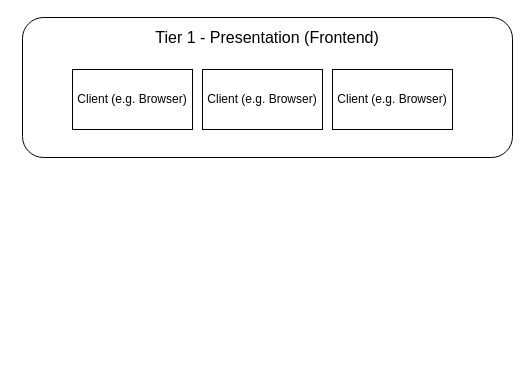
HVossi92/Drawings keeps this draw.io diagram as Three-Tier-Architecture.drawio. Above is the earlier version. Source tidied: cells renumbered, new cells numbered last; positions are measured from the earlier drawing's top-left corner, leaving out a move shared by most shapes. Both pictures are drawn from the tidied source at 100%, with x=0, y=0 at pixel (22, 17).
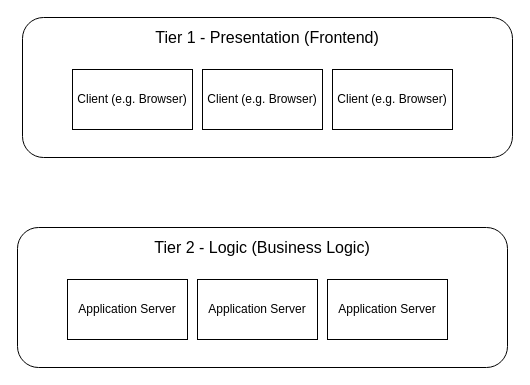
The same diagram, later.

The edit, as a diff of the source:
```diff
@@
 <mxGraphModel>
   <root>
     <mxCell id="0" />
     <mxCell id="1" parent="0" />
     <mxCell id="2" style="rounded=1;whiteSpace=wrap;html=1;" parent="1" vertex="1">
       <mxGeometry width="490" height="140" as="geometry" />
     </mxCell>
     <mxCell id="3" value="Client (e.g. Browser)" style="rounded=0;whiteSpace=wrap;html=1;" parent="1" vertex="1">
       <mxGeometry x="50" y="52" width="120" height="60" as="geometry" />
     </mxCell>
     <mxCell id="4" value="Client (e.g. Browser)" style="rounded=0;whiteSpace=wrap;html=1;" parent="1" vertex="1">
       <mxGeometry x="180" y="52" width="120" height="60" as="geometry" />
     </mxCell>
     <mxCell id="5" value="Client (e.g. Browser)" style="rounded=0;whiteSpace=wrap;html=1;" parent="1" vertex="1">
       <mxGeometry x="310" y="52" width="120" height="60" as="geometry" />
     </mxCell>
     <mxCell id="6" value="&lt;font style=&quot;font-size: 16px&quot;&gt;Tier 1 - Presentation (Frontend)&lt;/font&gt;" style="text;html=1;strokeColor=none;fillColor=none;align=center;verticalAlign=middle;whiteSpace=wrap;rounded=0;" parent="1" vertex="1">
       <mxGeometry x="125" y="10" width="240" height="20" as="geometry" />
     </mxCell>
+    <mxCell id="7" style="rounded=1;whiteSpace=wrap;html=1;" parent="1" vertex="1">
+      <mxGeometry x="-5" y="210" width="490" height="140" as="geometry" />
+    </mxCell>
+    <mxCell id="8" value="Application Server" style="rounded=0;whiteSpace=wrap;html=1;" parent="1" vertex="1">
+      <mxGeometry x="45" y="262" width="120" height="60" as="geometry" />
+    </mxCell>
+    <mxCell id="9" value="Application Server" style="rounded=0;whiteSpace=wrap;html=1;" parent="1" vertex="1">
+      <mxGeometry x="175" y="262" width="120" height="60" as="geometry" />
+    </mxCell>
+    <mxCell id="10" value="Application Server" style="rounded=0;whiteSpace=wrap;html=1;" parent="1" vertex="1">
+      <mxGeometry x="305" y="262" width="120" height="60" as="geometry" />
+    </mxCell>
+    <mxCell id="11" value="&lt;font style=&quot;font-size: 16px&quot;&gt;Tier 2 - Logic (Business Logic)&lt;/font&gt;" style="text;html=1;strokeColor=none;fillColor=none;align=center;verticalAlign=middle;whiteSpace=wrap;rounded=0;" parent="1" vertex="1">
+      <mxGeometry x="120" y="220" width="240" height="20" as="geometry" />
+    </mxCell>
   </root>
 </mxGraphModel>
```
